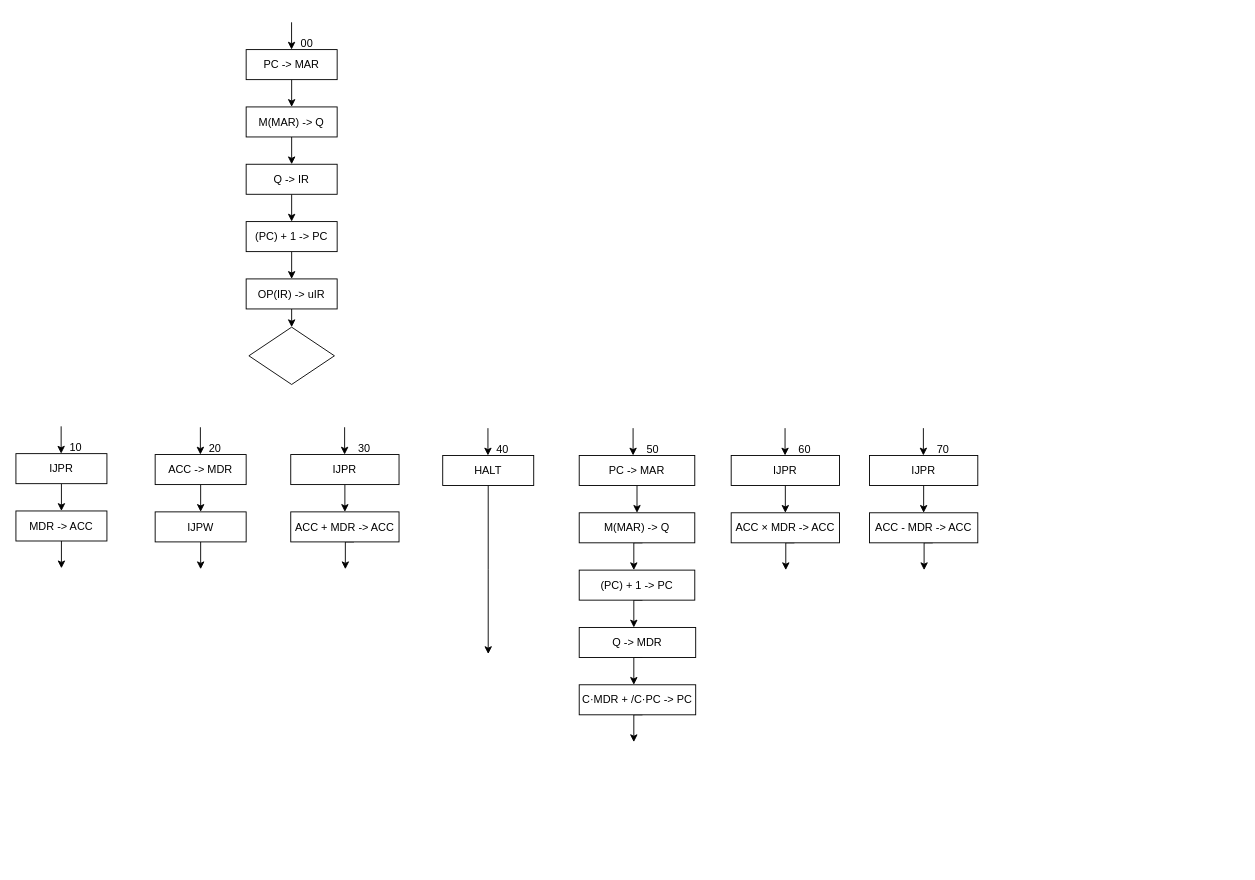
The draw.io diagram toHandOn/微程序流程图.drawio in ShiaoYoung/Computer_Composition_Experiment, before the edit. Source tidied: cells renumbered, new cells numbered last; positions are measured from the earlier drawing's top-left corner, leaving out a move shared by most shapes. Both pictures are drawn from the tidied source at 91%, with x=0, y=0 at pixel (15, 22).
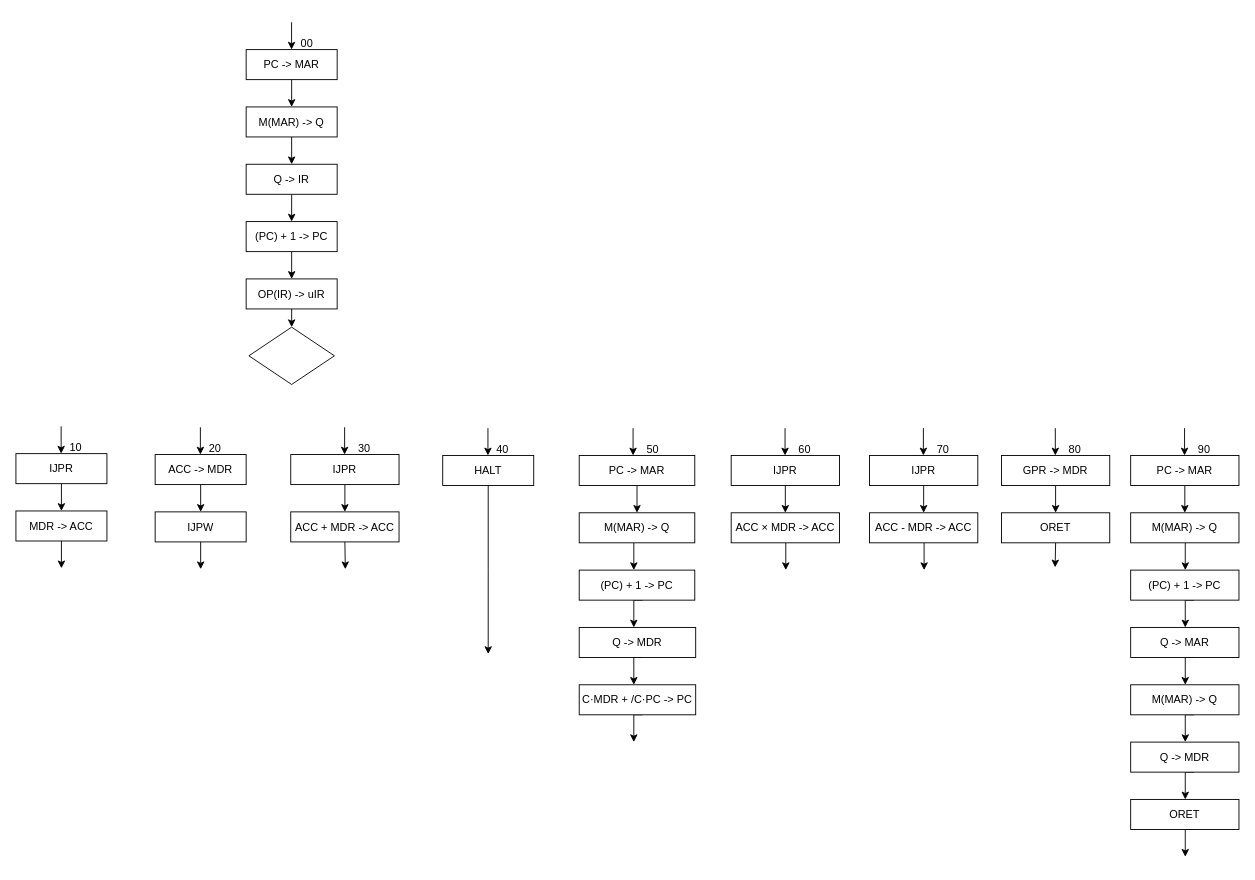
The same page after the edit.

Commit message (it also covers changes not shown here):
更新微程序流程图.drawio

The change refers to these unchanged cells:
```xml
<mxCell id="30" value="ACC + MDR -&amp;gt; ACC" style="rounded=0;whiteSpace=wrap;html=1;" parent="1" vertex="1">
  <mxGeometry x="302" y="538" width="119" height="33" as="geometry" />
</mxCell>
```

What changed in the source:
```diff
@@
-    <mxCell id="29" style="edgeStyle=orthogonalEdgeStyle;rounded=0;orthogonalLoop=1;jettySize=auto;html=1;exitX=0.5;exitY=1;exitDx=0;exitDy=0;entryX=0.5;entryY=0;entryDx=0;entryDy=0;" parent="1" edge="1">
+    <mxCell id="29" style="edgeStyle=orthogonalEdgeStyle;rounded=0;jettySize=auto;html=1;exitX=0.5;exitY=1;exitDx=0;exitDy=0;entryX=0.5;entryY=0;entryDx=0;entryDy=0;" parent="1" edge="1" source="30">
       <mxGeometry relative="1" as="geometry">
-        <mxPoint x="371.5" y="571" as="sourcePoint" />
         <mxPoint x="362" y="601" as="targetPoint" />
       </mxGeometry>
     </mxCell>
@@
-    <mxCell id="39" style="edgeStyle=orthogonalEdgeStyle;rounded=0;orthogonalLoop=1;jettySize=auto;html=1;exitX=0.5;exitY=1;exitDx=0;exitDy=0;entryX=0.5;entryY=0;entryDx=0;entryDy=0;" parent="1" edge="1">
+    <mxCell id="39" style="edgeStyle=orthogonalEdgeStyle;rounded=0;orthogonalLoop=1;jettySize=auto;html=1;entryX=0.5;entryY=0;entryDx=0;entryDy=0;" parent="1" edge="1">
       <mxGeometry relative="1" as="geometry">
-        <mxPoint x="688.5" y="572" as="sourcePoint" />
+        <mxPoint x="679" y="572" as="sourcePoint" />
         <mxPoint x="679" y="602" as="targetPoint" />
       </mxGeometry>
     </mxCell>
@@
-    <mxCell id="51" style="edgeStyle=orthogonalEdgeStyle;rounded=0;orthogonalLoop=1;jettySize=auto;html=1;exitX=0.5;exitY=1;exitDx=0;exitDy=0;entryX=0.5;entryY=0;entryDx=0;entryDy=0;" parent="1" edge="1">
+    <mxCell id="51" style="edgeStyle=orthogonalEdgeStyle;rounded=0;orthogonalLoop=1;jettySize=auto;html=1;entryX=0.5;entryY=0;entryDx=0;entryDy=0;" parent="1" edge="1">
       <mxGeometry relative="1" as="geometry">
-        <mxPoint x="855.5" y="572" as="sourcePoint" />
+        <mxPoint x="846" y="572" as="sourcePoint" />
         <mxPoint x="846" y="602" as="targetPoint" />
       </mxGeometry>
     </mxCell>
@@
-    <mxCell id="57" style="edgeStyle=orthogonalEdgeStyle;rounded=0;orthogonalLoop=1;jettySize=auto;html=1;exitX=0.5;exitY=1;exitDx=0;exitDy=0;entryX=0.5;entryY=0;entryDx=0;entryDy=0;" parent="1" edge="1">
+    <mxCell id="57" style="edgeStyle=orthogonalEdgeStyle;rounded=0;orthogonalLoop=1;jettySize=auto;html=1;entryX=0.5;entryY=0;entryDx=0;entryDy=0;" parent="1" edge="1">
       <mxGeometry relative="1" as="geometry">
-        <mxPoint x="1007.5" y="572" as="sourcePoint" />
+        <mxPoint x="998" y="572" as="sourcePoint" />
         <mxPoint x="998" y="602" as="targetPoint" />
       </mxGeometry>
     </mxCell>
@@
+    <mxCell id="61" style="edgeStyle=orthogonalEdgeStyle;rounded=0;jettySize=auto;html=1;exitX=0.5;exitY=1;exitDx=0;exitDy=0;entryX=0.5;entryY=0;entryDx=0;entryDy=0;" parent="1" edge="1" source="62" target="64">
+      <mxGeometry relative="1" as="geometry" />
+    </mxCell>
+    <mxCell id="62" value="GPR -&amp;gt; MDR" style="rounded=0;whiteSpace=wrap;html=1;" parent="1" vertex="1">
+      <mxGeometry x="1083" y="476" width="119" height="33" as="geometry" />
+    </mxCell>
+    <mxCell id="63" style="edgeStyle=orthogonalEdgeStyle;rounded=0;jettySize=auto;html=1;exitX=0.5;exitY=1;exitDx=0;exitDy=0;" parent="1" edge="1" source="64">
+      <mxGeometry relative="1" as="geometry">
+        <mxPoint x="1142" y="599" as="targetPoint" />
+      </mxGeometry>
+    </mxCell>
+    <mxCell id="64" value="ORET" style="rounded=0;whiteSpace=wrap;html=1;" parent="1" vertex="1">
+      <mxGeometry x="1083" y="539" width="119" height="33" as="geometry" />
+    </mxCell>
+    <mxCell id="65" value="80" style="text;html=1;align=center;verticalAlign=middle;whiteSpace=wrap;rounded=0;" parent="1" vertex="1">
+      <mxGeometry x="1134" y="455" width="60" height="30" as="geometry" />
+    </mxCell>
+    <mxCell id="66" style="edgeStyle=orthogonalEdgeStyle;rounded=0;orthogonalLoop=1;jettySize=auto;html=1;exitX=0.5;exitY=1;exitDx=0;exitDy=0;entryX=0.5;entryY=0;entryDx=0;entryDy=0;" parent="1" edge="1">
+      <mxGeometry relative="1" as="geometry">
+        <mxPoint x="1142.2" y="446" as="sourcePoint" />
+        <mxPoint x="1142.2" y="476" as="targetPoint" />
+      </mxGeometry>
+    </mxCell>
+    <mxCell id="67" style="edgeStyle=orthogonalEdgeStyle;rounded=0;jettySize=auto;html=1;exitX=0.5;exitY=1;exitDx=0;exitDy=0;entryX=0.5;entryY=0;entryDx=0;entryDy=0;" parent="1" edge="1" source="68" target="70">
+      <mxGeometry relative="1" as="geometry" />
+    </mxCell>
+    <mxCell id="68" value="PC -&amp;gt; MAR" style="rounded=0;whiteSpace=wrap;html=1;" parent="1" vertex="1">
+      <mxGeometry x="1225" y="476" width="119" height="33" as="geometry" />
+    </mxCell>
+    <mxCell id="69" style="edgeStyle=orthogonalEdgeStyle;rounded=0;orthogonalLoop=1;jettySize=auto;html=1;entryX=0.5;entryY=0;entryDx=0;entryDy=0;" parent="1" edge="1">
+      <mxGeometry relative="1" as="geometry">
+        <mxPoint x="1285" y="572" as="sourcePoint" />
+        <mxPoint x="1285" y="602" as="targetPoint" />
+      </mxGeometry>
+    </mxCell>
+    <mxCell id="70" value="M(MAR) -&amp;gt; Q" style="rounded=0;whiteSpace=wrap;html=1;" parent="1" vertex="1">
+      <mxGeometry x="1225" y="539" width="119" height="33" as="geometry" />
+    </mxCell>
+    <mxCell id="71" value="90" style="text;html=1;align=center;verticalAlign=middle;whiteSpace=wrap;rounded=0;" parent="1" vertex="1">
+      <mxGeometry x="1276" y="455" width="60" height="30" as="geometry" />
+    </mxCell>
+    <mxCell id="72" style="edgeStyle=orthogonalEdgeStyle;rounded=0;orthogonalLoop=1;jettySize=auto;html=1;exitX=0.5;exitY=1;exitDx=0;exitDy=0;entryX=0.5;entryY=0;entryDx=0;entryDy=0;" parent="1" edge="1">
+      <mxGeometry relative="1" as="geometry">
+        <mxPoint x="1284.2" y="446" as="sourcePoint" />
+        <mxPoint x="1284.2" y="476" as="targetPoint" />
+      </mxGeometry>
+    </mxCell>
+    <mxCell id="73" style="edgeStyle=orthogonalEdgeStyle;rounded=0;orthogonalLoop=1;jettySize=auto;html=1;exitX=0.5;exitY=1;exitDx=0;exitDy=0;entryX=0.5;entryY=0;entryDx=0;entryDy=0;" parent="1" edge="1">
+      <mxGeometry relative="1" as="geometry">
+        <mxPoint x="1294.5" y="635" as="sourcePoint" />
+        <mxPoint x="1285" y="665" as="targetPoint" />
+      </mxGeometry>
+    </mxCell>
+    <mxCell id="74" value="(PC) + 1 -&amp;gt; PC" style="rounded=0;whiteSpace=wrap;html=1;" parent="1" vertex="1">
+      <mxGeometry x="1225" y="602" width="119" height="33" as="geometry" />
+    </mxCell>
+    <mxCell id="75" style="edgeStyle=orthogonalEdgeStyle;rounded=0;orthogonalLoop=1;jettySize=auto;html=1;exitX=0.5;exitY=1;exitDx=0;exitDy=0;entryX=0.5;entryY=0;entryDx=0;entryDy=0;" parent="1" edge="1">
+      <mxGeometry relative="1" as="geometry">
+        <mxPoint x="1294.5" y="698" as="sourcePoint" />
+        <mxPoint x="1285" y="728" as="targetPoint" />
+      </mxGeometry>
+    </mxCell>
+    <mxCell id="76" value="Q -&amp;gt; MAR" style="rounded=0;whiteSpace=wrap;html=1;" parent="1" vertex="1">
+      <mxGeometry x="1225" y="665" width="119" height="33" as="geometry" />
+    </mxCell>
+    <mxCell id="77" style="edgeStyle=orthogonalEdgeStyle;rounded=0;orthogonalLoop=1;jettySize=auto;html=1;exitX=0.5;exitY=1;exitDx=0;exitDy=0;entryX=0.5;entryY=0;entryDx=0;entryDy=0;" parent="1" edge="1">
+      <mxGeometry relative="1" as="geometry">
+        <mxPoint x="1294.5" y="761" as="sourcePoint" />
+        <mxPoint x="1285" y="791" as="targetPoint" />
+      </mxGeometry>
+    </mxCell>
+    <mxCell id="78" value="M(MAR) -&amp;gt; Q" style="rounded=0;whiteSpace=wrap;html=1;" parent="1" vertex="1">
+      <mxGeometry x="1225" y="728" width="119" height="33" as="geometry" />
+    </mxCell>
+    <mxCell id="79" style="edgeStyle=orthogonalEdgeStyle;rounded=0;orthogonalLoop=1;jettySize=auto;html=1;exitX=0.5;exitY=1;exitDx=0;exitDy=0;entryX=0.5;entryY=0;entryDx=0;entryDy=0;" parent="1" edge="1">
+      <mxGeometry relative="1" as="geometry">
+        <mxPoint x="1294.5" y="824" as="sourcePoint" />
+        <mxPoint x="1285" y="854" as="targetPoint" />
+      </mxGeometry>
+    </mxCell>
+    <mxCell id="80" value="Q -&amp;gt; MDR" style="rounded=0;whiteSpace=wrap;html=1;" parent="1" vertex="1">
+      <mxGeometry x="1225" y="791" width="119" height="33" as="geometry" />
+    </mxCell>
+    <mxCell id="81" style="edgeStyle=orthogonalEdgeStyle;rounded=0;orthogonalLoop=1;jettySize=auto;html=1;exitX=0.5;exitY=1;exitDx=0;exitDy=0;entryX=0.5;entryY=0;entryDx=0;entryDy=0;" parent="1" edge="1">
+      <mxGeometry relative="1" as="geometry">
+        <mxPoint x="1294.5" y="887" as="sourcePoint" />
+        <mxPoint x="1285" y="917" as="targetPoint" />
+      </mxGeometry>
+    </mxCell>
+    <mxCell id="82" value="ORET" style="rounded=0;whiteSpace=wrap;html=1;" parent="1" vertex="1">
+      <mxGeometry x="1225" y="854" width="119" height="33" as="geometry" />
+    </mxCell>
```
